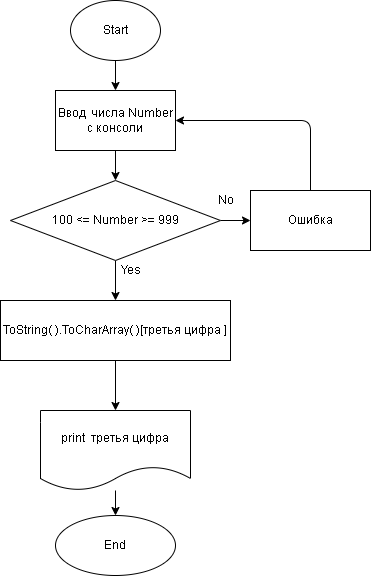
The draw.io diagram HomeWork02/Ex03/diagram.drawio.png in Den-m1985/CSharpProgect, before a commit. Source tidied: cells renumbered, new cells last; positions are measured from the earlier drawing's top-left corner, leaving out a move shared by most shapes.
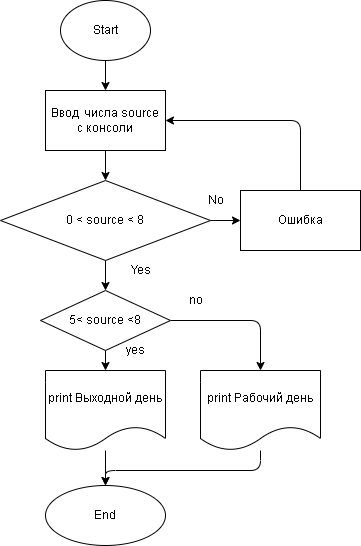
Later version of the same file.

Commit message:
Сделал 3ю задачку

Diff of the diagram source:
```diff
@@ -2,58 +2,84 @@
   <root>
     <mxCell id="0" />
     <mxCell id="1" parent="0" />
-    <mxCell id="2" style="edgeStyle=none;html=1;" parent="1" edge="1" source="3" target="16">
-      <mxGeometry relative="1" as="geometry" />
-    </mxCell>
+    <mxCell id="17" style="edgeStyle=none;html=1;" parent="1" edge="1" source="3" target="23">
+      <mxGeometry relative="1" as="geometry" />
+    </mxCell>
     <mxCell id="3" value="Start" style="ellipse;whiteSpace=wrap;html=1;" parent="1" vertex="1">
       <mxGeometry x="70" width="90" height="60" as="geometry" />
     </mxCell>
-    <mxCell id="4" style="edgeStyle=none;html=1;" parent="1" edge="1" source="6" target="8">
-      <mxGeometry relative="1" as="geometry" />
-    </mxCell>
-    <mxCell id="5" style="edgeStyle=none;html=1;" parent="1" edge="1" source="6" target="11">
-      <mxGeometry relative="1" as="geometry" />
-    </mxCell>
-    <mxCell id="6" value="100 &amp;lt;= Number &amp;gt;= 999" style="rhombus;whiteSpace=wrap;html=1;" parent="1" vertex="1">
-      <mxGeometry x="10" y="180" width="210" height="80" as="geometry" />
-    </mxCell>
-    <mxCell id="7" style="edgeStyle=none;html=1;entryX=1;entryY=0.5;entryDx=0;entryDy=0;" parent="1" edge="1" source="8">
-      <mxGeometry relative="1" as="geometry">
-        <mxPoint x="175" y="120" as="targetPoint" />
-        <Array as="points">
-          <mxPoint x="310" y="120" />
-        </Array>
-      </mxGeometry>
-    </mxCell>
+    <mxCell id="18" style="edgeStyle=none;html=1;" parent="1" edge="1" source="20" target="8">
+      <mxGeometry relative="1" as="geometry" />
+    </mxCell>
+    <mxCell id="19" style="edgeStyle=none;html=1;" parent="1" edge="1" source="20" target="26">
+      <mxGeometry relative="1" as="geometry" />
+    </mxCell>
+    <mxCell id="20" value="0 &amp;lt; source &amp;lt; 8" style="rhombus;whiteSpace=wrap;html=1;" parent="1" vertex="1">
+      <mxGeometry x="10" y="180" width="210" height="80" as="geometry" />
+    </mxCell>
+    <mxCell id="21" style="edgeStyle=none;html=1;entryX=1;entryY=0.5;entryDx=0;entryDy=0;" parent="1" edge="1" source="8">
+      <mxGeometry relative="1" as="geometry">
+        <mxPoint x="175" y="120" as="targetPoint" />
+        <Array as="points">
+          <mxPoint x="310" y="120" />
+        </Array>
+      </mxGeometry>
+    </mxCell>
     <mxCell id="8" value="Ошибка" style="whiteSpace=wrap;html=1;" parent="1" vertex="1">
       <mxGeometry x="250" y="190" width="120" height="60" as="geometry" />
     </mxCell>
     <mxCell id="9" value="No" style="text;html=1;align=center;verticalAlign=middle;strokeColor=none;fillColor=none;" parent="1" vertex="1">
       <mxGeometry x="210" y="190" width="30" height="20" as="geometry" />
     </mxCell>
-    <mxCell id="10" style="edgeStyle=none;html=1;entryX=0.5;entryY=0;entryDx=0;entryDy=0;" parent="1" edge="1" source="11" target="14">
-      <mxGeometry relative="1" as="geometry" />
-    </mxCell>
-    <mxCell id="11" value="ToString( ).ToCharArray( )[третья цифра ]" style="whiteSpace=wrap;html=1;" parent="1" vertex="1">
-      <mxGeometry y="300" width="230" height="60" as="geometry" />
-    </mxCell>
     <mxCell id="12" value="Yes" style="text;html=1;align=center;verticalAlign=middle;strokeColor=none;fillColor=none;" parent="1" vertex="1">
-      <mxGeometry x="110" y="260" width="40" height="20" as="geometry" />
+      <mxGeometry x="130" y="260" width="40" height="20" as="geometry" />
     </mxCell>
-    <mxCell id="13" style="edgeStyle=none;html=1;" parent="1" edge="1" source="14" target="17">
-      <mxGeometry relative="1" as="geometry" />
-    </mxCell>
-    <mxCell id="14" value="print&amp;nbsp; третья цифра" style="shape=document;whiteSpace=wrap;html=1;boundedLbl=1;" parent="1" vertex="1">
-      <mxGeometry x="40" y="410" width="150" height="80" as="geometry" />
-    </mxCell>
-    <mxCell id="15" style="edgeStyle=none;html=1;entryX=0.5;entryY=0;entryDx=0;entryDy=0;" parent="1" edge="1" source="16" target="6">
-      <mxGeometry relative="1" as="geometry" />
-    </mxCell>
-    <mxCell id="16" value="Ввод&amp;nbsp; числа Number&lt;br&gt;с консоли" style="whiteSpace=wrap;html=1;" parent="1" vertex="1">
-      <mxGeometry x="55" y="90" width="120" height="60" as="geometry" />
-    </mxCell>
-    <mxCell id="17" value="End" style="ellipse;whiteSpace=wrap;html=1;" parent="1" vertex="1">
-      <mxGeometry x="55" y="515" width="120" height="60" as="geometry" />
-    </mxCell>
+    <mxCell id="22" style="edgeStyle=none;html=1;entryX=0.5;entryY=0;entryDx=0;entryDy=0;" parent="1" edge="1" source="23" target="20">
+      <mxGeometry relative="1" as="geometry" />
+    </mxCell>
+    <mxCell id="23" value="Ввод&amp;nbsp; числа source&lt;br&gt;с консоли" style="whiteSpace=wrap;html=1;" parent="1" vertex="1">
+      <mxGeometry x="55" y="90" width="120" height="60" as="geometry" />
+    </mxCell>
+    <mxCell id="24" style="edgeStyle=none;html=1;" parent="1" edge="1" source="26">
+      <mxGeometry relative="1" as="geometry">
+        <mxPoint x="115" y="370" as="targetPoint" />
+      </mxGeometry>
+    </mxCell>
+    <mxCell id="25" style="edgeStyle=none;html=1;entryX=0.5;entryY=0;entryDx=0;entryDy=0;" parent="1" edge="1" source="26" target="33">
+      <mxGeometry relative="1" as="geometry">
+        <Array as="points">
+          <mxPoint x="270" y="320" />
+        </Array>
+      </mxGeometry>
+    </mxCell>
+    <mxCell id="26" value="5&amp;lt; source &amp;lt;8" style="rhombus;whiteSpace=wrap;html=1;" parent="1" vertex="1">
+      <mxGeometry x="50" y="290" width="130" height="60" as="geometry" />
+    </mxCell>
+    <mxCell id="27" value="yes" style="text;html=1;align=center;verticalAlign=middle;strokeColor=none;fillColor=none;" parent="1" vertex="1">
+      <mxGeometry x="130" y="340" width="30" height="20" as="geometry" />
+    </mxCell>
+    <mxCell id="28" value="no" style="text;html=1;align=center;verticalAlign=middle;strokeColor=none;fillColor=none;" parent="1" vertex="1">
+      <mxGeometry x="190" y="290" width="30" height="20" as="geometry" />
+    </mxCell>
+    <mxCell id="29" style="edgeStyle=none;html=1;" parent="1" edge="1" source="30" target="31">
+      <mxGeometry relative="1" as="geometry" />
+    </mxCell>
+    <mxCell id="30" value="print Выходной день" style="shape=document;whiteSpace=wrap;html=1;boundedLbl=1;" parent="1" vertex="1">
+      <mxGeometry x="55" y="370" width="120" height="80" as="geometry" />
+    </mxCell>
+    <mxCell id="31" value="End" style="ellipse;whiteSpace=wrap;html=1;" parent="1" vertex="1">
+      <mxGeometry x="55" y="485" width="120" height="60" as="geometry" />
+    </mxCell>
+    <mxCell id="32" style="edgeStyle=none;html=1;entryX=0.5;entryY=0;entryDx=0;entryDy=0;" parent="1" edge="1" source="33" target="31">
+      <mxGeometry relative="1" as="geometry">
+        <Array as="points">
+          <mxPoint x="270" y="470" />
+          <mxPoint x="115" y="470" />
+        </Array>
+      </mxGeometry>
+    </mxCell>
+    <mxCell id="33" value="print Рабочий день" style="shape=document;whiteSpace=wrap;html=1;boundedLbl=1;" parent="1" vertex="1">
+      <mxGeometry x="210" y="370" width="120" height="80" as="geometry" />
+    </mxCell>
   </root>
 </mxGraphModel>
```
